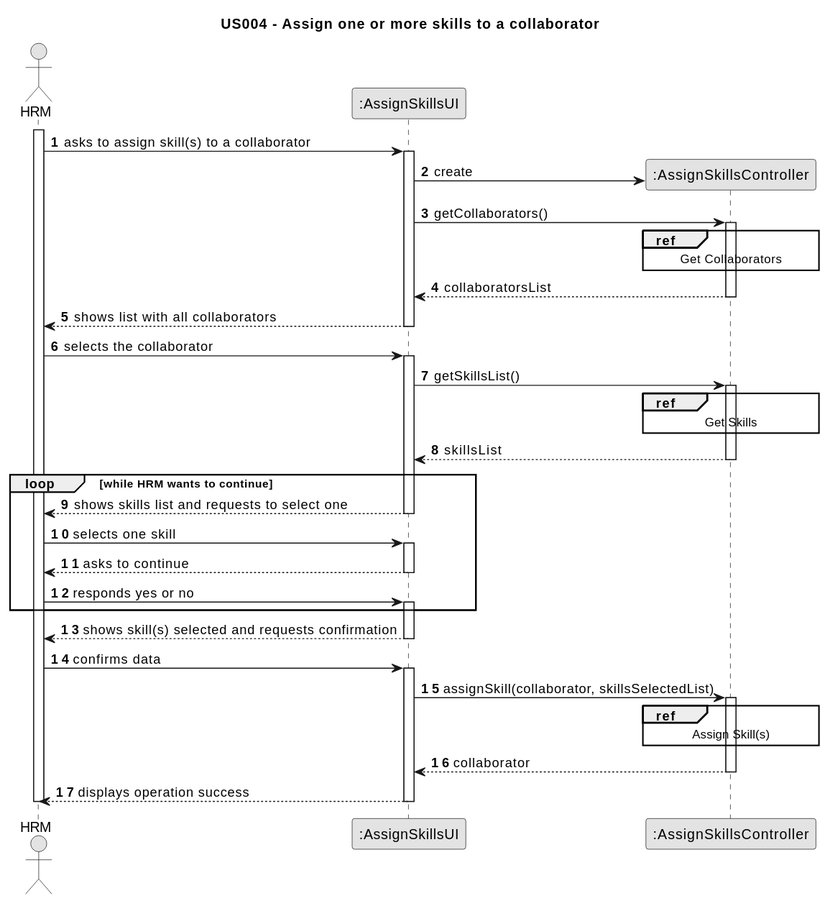
Above: docs/sprintB/us004/03.design/svg/us004-sequence-diagram-split.svg in Departamento-de-Engenharia-Informatica/lei-24-s2-1dm-g132 (PlantUML), before the change. Source of this version:
```plantuml
@startuml
skinparam monochrome true
skinparam packageStyle rectangle
skinparam shadowing false

title US004 - Assign one or more skills to a collaborator

autonumber

actor "HRM" as Employee
participant ":AssignSkillsUI" as UI
participant ":AssignSkillsController" as CTRL

activate Employee

    Employee -> UI : asks to assign skill(s) to a collaborator
    activate UI

    UI -> CTRL** : create

                UI -> CTRL : getCollaborators()
                activate CTRL

                    ref over CTRL
                    Get Collaborators
                    end ref

                    CTRL --> UI : collaboratorsList
                deactivate CTRL

    UI --> Employee : shows list with all collaborators
    deactivate UI

    Employee -> UI : selects the collaborator
    activate UI

        UI -> CTRL : getSkillsList()
        activate CTRL

            ref over CTRL
            Get Skills
            end ref

            CTRL --> UI : skillsList
        deactivate CTRL

    loop while HRM wants to continue
    UI --> Employee : shows skills list and requests to select one
    deactivate UI

    Employee -> UI : selects one skill
    activate UI

    UI --> Employee : asks to continue
    deactivate UI

    Employee -> UI : responds yes or no
    activate UI
    end

    UI --> Employee : shows skill(s) selected and requests confirmation

    deactivate UI

    Employee -> UI : confirms data
    activate UI

    UI -> CTRL : assignSkill(collaborator, skillsSelectedList)
    activate CTRL

                ref over CTRL
                Assign Skill(s)
                end ref

                CTRL --> UI : collaborator

    deactivate CTRL

    UI --> Employee : displays operation success
    deactivate UI

deactivate Employee
@enduml
```
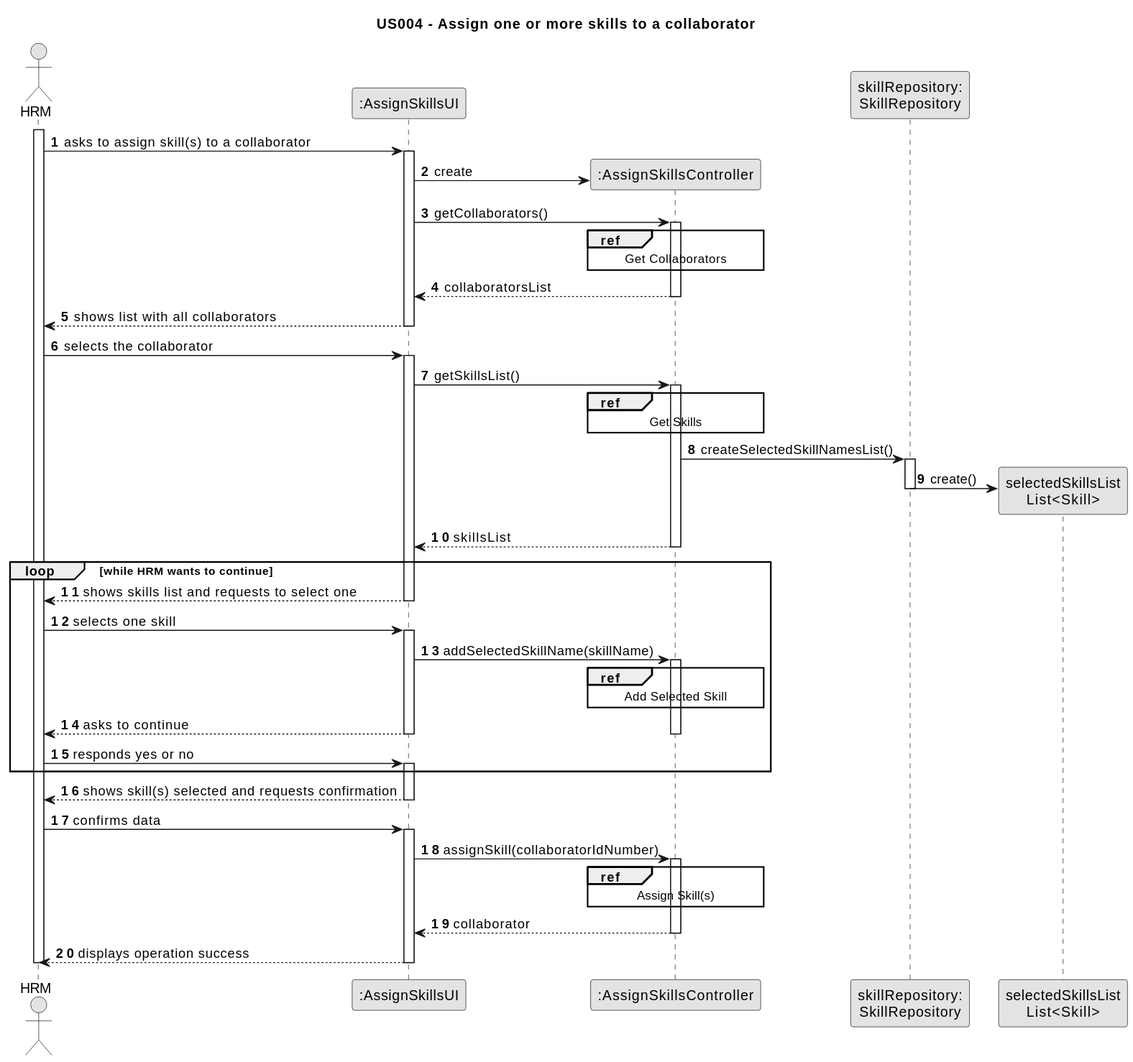
The same diagram one commit later.

The edit, as a diff of the source:
```diff
@@ -10,6 +10,8 @@
 actor "HRM" as Employee
 participant ":AssignSkillsUI" as UI
 participant ":AssignSkillsController" as CTRL
+participant "skillRepository:\nSkillRepository" as SkillRepository
+participant "selectedSkillsList\nList<Skill>" as selectedSkillsList
 
 activate Employee
 
@@ -22,8 +24,8 @@
                 activate CTRL
 
                     ref over CTRL
-                    Get Collaborators
-                    end ref
+                        Get Collaborators
+                    end
 
                     CTRL --> UI : collaboratorsList
                 deactivate CTRL
@@ -38,8 +40,14 @@
         activate CTRL
 
             ref over CTRL
-            Get Skills
-            end ref
+                Get Skills
+            end
+
+            CTRL -> SkillRepository : createSelectedSkillNamesList()
+            activate SkillRepository
+
+                SkillRepository -> selectedSkillsList** : create()
+            deactivate SkillRepository
 
             CTRL --> UI : skillsList
         deactivate CTRL
@@ -51,7 +59,17 @@
     Employee -> UI : selects one skill
     activate UI
 
+    UI -> CTRL : addSelectedSkillName(skillName)
+    activate CTRL
+
+        ref over CTRL
+          Add Selected Skill
+        end
+
     UI --> Employee : asks to continue
+
+    deactivate CTRL
+
     deactivate UI
 
     Employee -> UI : responds yes or no
@@ -65,14 +83,14 @@
     Employee -> UI : confirms data
     activate UI
 
-    UI -> CTRL : assignSkill(collaborator, skillsSelectedList)
+    UI -> CTRL : assignSkill(collaboratorIdNumber)
     activate CTRL
 
-                ref over CTRL
-                Assign Skill(s)
-                end ref
+    ref over CTRL
+        Assign Skill(s)
+    end
 
-                CTRL --> UI : collaborator
+    CTRL --> UI : collaborator
 
     deactivate CTRL
 
```
